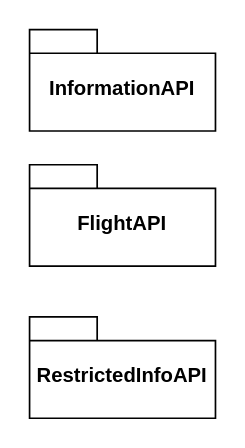
Earlier version of the draw.io diagram Diagrams/packages[module].drawio (oskarbreindahl/Softwarebyggehygge). Source tidied: cells renumbered, new cells numbered last; positions are measured from the earlier drawing's top-left corner, leaving out a move shared by most shapes. Both pictures are drawn from the tidied source at 169%, with x=0, y=0 at pixel (29, 29).
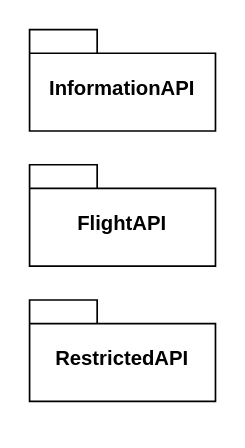
The same diagram, later.

What changed in the source:
```diff
@@
 <mxGraphModel>
   <root>
     <mxCell id="0" />
     <mxCell id="1" parent="0" />
     <mxCell id="2" value="InformationAPI" style="shape=folder;fontStyle=1;spacingTop=10;tabWidth=40;tabHeight=14;tabPosition=left;html=1;whiteSpace=wrap;" parent="1" vertex="1">
       <mxGeometry width="110" height="60" as="geometry" />
     </mxCell>
     <mxCell id="3" value="FlightAPI" style="shape=folder;fontStyle=1;spacingTop=10;tabWidth=40;tabHeight=14;tabPosition=left;html=1;whiteSpace=wrap;" parent="1" vertex="1">
       <mxGeometry y="80" width="110" height="60" as="geometry" />
     </mxCell>
-    <mxCell id="4" value="RestrictedInfoAPI" style="shape=folder;fontStyle=1;spacingTop=10;tabWidth=40;tabHeight=14;tabPosition=left;html=1;whiteSpace=wrap;" parent="1" vertex="1">
-      <mxGeometry y="170" width="110" height="60" as="geometry" />
+    <mxCell id="4" value="RestrictedAPI" style="shape=folder;fontStyle=1;spacingTop=10;tabWidth=40;tabHeight=14;tabPosition=left;html=1;whiteSpace=wrap;" parent="1" vertex="1">
+      <mxGeometry y="160" width="110" height="60" as="geometry" />
     </mxCell>
   </root>
 </mxGraphModel>
```
